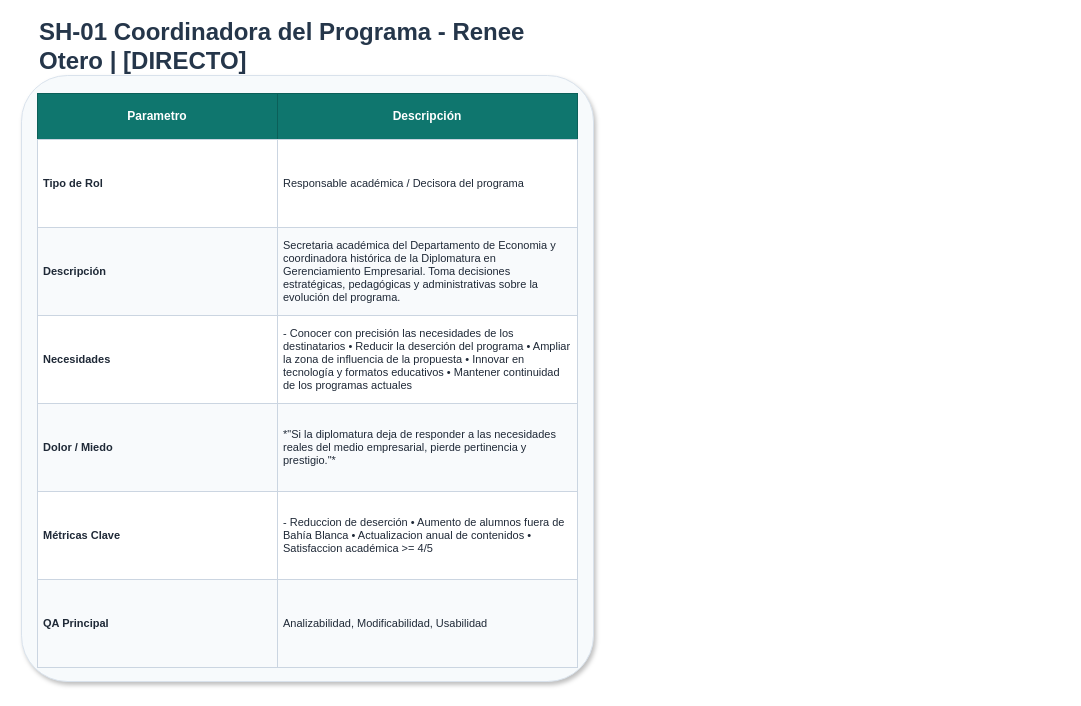
Jsue46/exposicionayd keeps this draw.io diagram as page "SH-01 Coordinadora del Programa - Renee Otero | [DIRECTO]" (1 of 14) of diagramas/tablas/Tablas_Stakeholders_BLearning.drawio. Above is the earlier version. Source tidied: cells renumbered, new cells numbered last; positions are measured from the earlier drawing's top-left corner, leaving out a move shared by most shapes. Both pictures are drawn from the tidied source at 100%, with x=0, y=0 at pixel (21, 25).
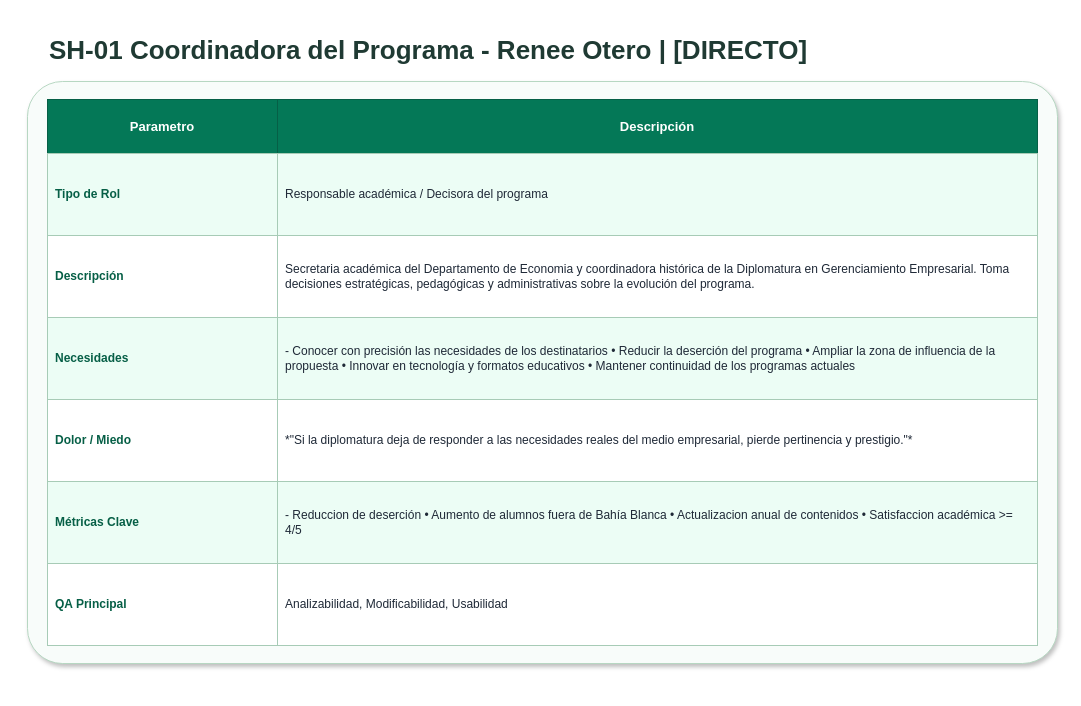
After the change.

Diff of the diagram source:
```diff
@@
 <mxGraphModel>
   <root>
     <mxCell id="0" />
     <mxCell id="1" parent="0" />
-    <mxCell id="2" value="SH-01 Coordinadora del Programa - Renee Otero | [DIRECTO]" style="text;html=1;strokeColor=none;fillColor=none;align=left;verticalAlign=middle;whiteSpace=wrap;rounded=0;fontSize=24;fontStyle=1;fontColor=#25364A;" parent="1" vertex="1">
-      <mxGeometry x="16" width="540" height="42" as="geometry" />
+    <mxCell id="2" value="SH-01 Coordinadora del Programa - Renee Otero | [DIRECTO]" style="text;html=1;strokeColor=none;fillColor=none;align=left;verticalAlign=middle;whiteSpace=wrap;rounded=0;fontSize=26;fontStyle=1;fontColor=#1F3A33;" parent="1" vertex="1">
+      <mxGeometry x="26" y="2" width="990" height="46" as="geometry" />
     </mxCell>
-    <mxCell id="3" style="rounded=1;whiteSpace=wrap;html=1;fillColor=#F7FAFC;strokeColor=#D9E2EC;arcSize=8;shadow=1;" parent="1" vertex="1">
-      <mxGeometry y="50" width="572" height="606" as="geometry" />
+    <mxCell id="3" style="rounded=1;whiteSpace=wrap;html=1;fillColor=#F8FCFA;strokeColor=#B7D7C2;arcSize=6;shadow=1;" parent="1" vertex="1">
+      <mxGeometry x="6" y="56" width="1030" height="582" as="geometry" />
     </mxCell>
-    <mxCell id="4" value="Parametro" style="rounded=0;whiteSpace=wrap;html=1;fillColor=#0F766E;strokeColor=#0B5F59;fontColor=#FFFFFF;fontStyle=1;align=center;verticalAlign=middle;fontSize=12;spacing=6;" parent="1" vertex="1">
-      <mxGeometry x="16" y="68" width="240" height="46" as="geometry" />
+    <mxCell id="4" value="Parametro" style="rounded=0;whiteSpace=wrap;html=1;fillColor=#047857;strokeColor=#065F46;fontColor=#FFFFFF;fontStyle=1;align=center;verticalAlign=middle;fontSize=13;spacing=8;" parent="1" vertex="1">
+      <mxGeometry x="26" y="74" width="230" height="54" as="geometry" />
     </mxCell>
-    <mxCell id="5" value="Descripción" style="rounded=0;whiteSpace=wrap;html=1;fillColor=#0F766E;strokeColor=#0B5F59;fontColor=#FFFFFF;fontStyle=1;align=center;verticalAlign=middle;fontSize=12;spacing=6;" parent="1" vertex="1">
-      <mxGeometry x="256" y="68" width="300" height="46" as="geometry" />
+    <mxCell id="5" value="Descripción" style="rounded=0;whiteSpace=wrap;html=1;fillColor=#047857;strokeColor=#065F46;fontColor=#FFFFFF;fontStyle=1;align=center;verticalAlign=middle;fontSize=13;spacing=8;" parent="1" vertex="1">
+      <mxGeometry x="256" y="74" width="760" height="54" as="geometry" />
     </mxCell>
-    <mxCell id="6" value="Tipo de Rol" style="rounded=0;whiteSpace=wrap;html=1;fillColor=#FFFFFF;strokeColor=#CBD5E1;fontColor=#1F2937;fontStyle=1;align=left;verticalAlign=middle;fontSize=11;spacing=6;" parent="1" vertex="1">
-      <mxGeometry x="16" y="114" width="240" height="88" as="geometry" />
+    <mxCell id="6" value="Tipo de Rol" style="rounded=0;whiteSpace=wrap;html=1;fillColor=#ECFDF5;strokeColor=#A7CBB6;fontColor=#065F46;fontStyle=1;align=left;verticalAlign=middle;fontSize=12;spacing=8;" parent="1" vertex="1">
+      <mxGeometry x="26" y="128" width="230" height="82" as="geometry" />
     </mxCell>
-    <mxCell id="7" value="Responsable académica / Decisora del programa" style="rounded=0;whiteSpace=wrap;html=1;fillColor=#FFFFFF;strokeColor=#CBD5E1;fontColor=#1F2937;fontStyle=0;align=left;verticalAlign=middle;fontSize=11;spacing=6;" parent="1" vertex="1">
-      <mxGeometry x="256" y="114" width="300" height="88" as="geometry" />
+    <mxCell id="7" value="Responsable académica / Decisora del programa" style="rounded=0;whiteSpace=wrap;html=1;fillColor=#ECFDF5;strokeColor=#A7CBB6;fontColor=#1F2937;fontStyle=0;align=left;verticalAlign=middle;fontSize=12;spacing=8;" parent="1" vertex="1">
+      <mxGeometry x="256" y="128" width="760" height="82" as="geometry" />
     </mxCell>
-    <mxCell id="8" value="Descripción" style="rounded=0;whiteSpace=wrap;html=1;fillColor=#F8FAFC;strokeColor=#CBD5E1;fontColor=#1F2937;fontStyle=1;align=left;verticalAlign=middle;fontSize=11;spacing=6;" parent="1" vertex="1">
-      <mxGeometry x="16" y="202" width="240" height="88" as="geometry" />
+    <mxCell id="8" value="Descripción" style="rounded=0;whiteSpace=wrap;html=1;fillColor=#FFFFFF;strokeColor=#A7CBB6;fontColor=#065F46;fontStyle=1;align=left;verticalAlign=middle;fontSize=12;spacing=8;" parent="1" vertex="1">
+      <mxGeometry x="26" y="210" width="230" height="82" as="geometry" />
     </mxCell>
-    <mxCell id="9" value="Secretaria académica del Departamento de Economia y coordinadora histórica de la Diplomatura en Gerenciamiento Empresarial. Toma decisiones estratégicas, pedagógicas y administrativas sobre la evolución del programa." style="rounded=0;whiteSpace=wrap;html=1;fillColor=#F8FAFC;strokeColor=#CBD5E1;fontColor=#1F2937;fontStyle=0;align=left;verticalAlign=middle;fontSize=11;spacing=6;" parent="1" vertex="1">
-      <mxGeometry x="256" y="202" width="300" height="88" as="geometry" />
+    <mxCell id="9" value="Secretaria académica del Departamento de Economia y coordinadora histórica de la Diplomatura en Gerenciamiento Empresarial. Toma decisiones estratégicas, pedagógicas y administrativas sobre la evolución del programa." style="rounded=0;whiteSpace=wrap;html=1;fillColor=#FFFFFF;strokeColor=#A7CBB6;fontColor=#1F2937;fontStyle=0;align=left;verticalAlign=middle;fontSize=12;spacing=8;" parent="1" vertex="1">
+      <mxGeometry x="256" y="210" width="760" height="82" as="geometry" />
     </mxCell>
-    <mxCell id="10" value="Necesidades" style="rounded=0;whiteSpace=wrap;html=1;fillColor=#FFFFFF;strokeColor=#CBD5E1;fontColor=#1F2937;fontStyle=1;align=left;verticalAlign=middle;fontSize=11;spacing=6;" parent="1" vertex="1">
-      <mxGeometry x="16" y="290" width="240" height="88" as="geometry" />
+    <mxCell id="10" value="Necesidades" style="rounded=0;whiteSpace=wrap;html=1;fillColor=#ECFDF5;strokeColor=#A7CBB6;fontColor=#065F46;fontStyle=1;align=left;verticalAlign=middle;fontSize=12;spacing=8;" parent="1" vertex="1">
+      <mxGeometry x="26" y="292" width="230" height="82" as="geometry" />
     </mxCell>
-    <mxCell id="11" value="- Conocer con precisión las necesidades de los destinatarios • Reducir la deserción del programa • Ampliar la zona de influencia de la propuesta • Innovar en tecnología y formatos educativos • Mantener continuidad de los programas actuales" style="rounded=0;whiteSpace=wrap;html=1;fillColor=#FFFFFF;strokeColor=#CBD5E1;fontColor=#1F2937;fontStyle=0;align=left;verticalAlign=middle;fontSize=11;spacing=6;" parent="1" vertex="1">
-      <mxGeometry x="256" y="290" width="300" height="88" as="geometry" />
+    <mxCell id="11" value="- Conocer con precisión las necesidades de los destinatarios • Reducir la deserción del programa • Ampliar la zona de influencia de la propuesta • Innovar en tecnología y formatos educativos • Mantener continuidad de los programas actuales" style="rounded=0;whiteSpace=wrap;html=1;fillColor=#ECFDF5;strokeColor=#A7CBB6;fontColor=#1F2937;fontStyle=0;align=left;verticalAlign=middle;fontSize=12;spacing=8;" parent="1" vertex="1">
+      <mxGeometry x="256" y="292" width="760" height="82" as="geometry" />
     </mxCell>
-    <mxCell id="12" value="Dolor / Miedo" style="rounded=0;whiteSpace=wrap;html=1;fillColor=#F8FAFC;strokeColor=#CBD5E1;fontColor=#1F2937;fontStyle=1;align=left;verticalAlign=middle;fontSize=11;spacing=6;" parent="1" vertex="1">
-      <mxGeometry x="16" y="378" width="240" height="88" as="geometry" />
+    <mxCell id="12" value="Dolor / Miedo" style="rounded=0;whiteSpace=wrap;html=1;fillColor=#FFFFFF;strokeColor=#A7CBB6;fontColor=#065F46;fontStyle=1;align=left;verticalAlign=middle;fontSize=12;spacing=8;" parent="1" vertex="1">
+      <mxGeometry x="26" y="374" width="230" height="82" as="geometry" />
     </mxCell>
-    <mxCell id="13" value="*&quot;Si la diplomatura deja de responder a las necesidades reales del medio empresarial, pierde pertinencia y prestigio.&quot;*" style="rounded=0;whiteSpace=wrap;html=1;fillColor=#F8FAFC;strokeColor=#CBD5E1;fontColor=#1F2937;fontStyle=0;align=left;verticalAlign=middle;fontSize=11;spacing=6;" parent="1" vertex="1">
-      <mxGeometry x="256" y="378" width="300" height="88" as="geometry" />
+    <mxCell id="13" value="*&quot;Si la diplomatura deja de responder a las necesidades reales del medio empresarial, pierde pertinencia y prestigio.&quot;*" style="rounded=0;whiteSpace=wrap;html=1;fillColor=#FFFFFF;strokeColor=#A7CBB6;fontColor=#1F2937;fontStyle=0;align=left;verticalAlign=middle;fontSize=12;spacing=8;" parent="1" vertex="1">
+      <mxGeometry x="256" y="374" width="760" height="82" as="geometry" />
     </mxCell>
-    <mxCell id="14" value="Métricas Clave" style="rounded=0;whiteSpace=wrap;html=1;fillColor=#FFFFFF;strokeColor=#CBD5E1;fontColor=#1F2937;fontStyle=1;align=left;verticalAlign=middle;fontSize=11;spacing=6;" parent="1" vertex="1">
-      <mxGeometry x="16" y="466" width="240" height="88" as="geometry" />
+    <mxCell id="14" value="Métricas Clave" style="rounded=0;whiteSpace=wrap;html=1;fillColor=#ECFDF5;strokeColor=#A7CBB6;fontColor=#065F46;fontStyle=1;align=left;verticalAlign=middle;fontSize=12;spacing=8;" parent="1" vertex="1">
+      <mxGeometry x="26" y="456" width="230" height="82" as="geometry" />
     </mxCell>
-    <mxCell id="15" value="- Reduccion de deserción • Aumento de alumnos fuera de Bahía Blanca • Actualizacion anual de contenidos • Satisfaccion académica &gt;= 4/5" style="rounded=0;whiteSpace=wrap;html=1;fillColor=#FFFFFF;strokeColor=#CBD5E1;fontColor=#1F2937;fontStyle=0;align=left;verticalAlign=middle;fontSize=11;spacing=6;" parent="1" vertex="1">
-      <mxGeometry x="256" y="466" width="300" height="88" as="geometry" />
+    <mxCell id="15" value="- Reduccion de deserción • Aumento de alumnos fuera de Bahía Blanca • Actualizacion anual de contenidos • Satisfaccion académica &gt;= 4/5" style="rounded=0;whiteSpace=wrap;html=1;fillColor=#ECFDF5;strokeColor=#A7CBB6;fontColor=#1F2937;fontStyle=0;align=left;verticalAlign=middle;fontSize=12;spacing=8;" parent="1" vertex="1">
+      <mxGeometry x="256" y="456" width="760" height="82" as="geometry" />
     </mxCell>
-    <mxCell id="16" value="QA Principal" style="rounded=0;whiteSpace=wrap;html=1;fillColor=#F8FAFC;strokeColor=#CBD5E1;fontColor=#1F2937;fontStyle=1;align=left;verticalAlign=middle;fontSize=11;spacing=6;" parent="1" vertex="1">
-      <mxGeometry x="16" y="554" width="240" height="88" as="geometry" />
+    <mxCell id="16" value="QA Principal" style="rounded=0;whiteSpace=wrap;html=1;fillColor=#FFFFFF;strokeColor=#A7CBB6;fontColor=#065F46;fontStyle=1;align=left;verticalAlign=middle;fontSize=12;spacing=8;" parent="1" vertex="1">
+      <mxGeometry x="26" y="538" width="230" height="82" as="geometry" />
     </mxCell>
-    <mxCell id="17" value="Analizabilidad, Modificabilidad, Usabilidad" style="rounded=0;whiteSpace=wrap;html=1;fillColor=#F8FAFC;strokeColor=#CBD5E1;fontColor=#1F2937;fontStyle=0;align=left;verticalAlign=middle;fontSize=11;spacing=6;" parent="1" vertex="1">
-      <mxGeometry x="256" y="554" width="300" height="88" as="geometry" />
+    <mxCell id="17" value="Analizabilidad, Modificabilidad, Usabilidad" style="rounded=0;whiteSpace=wrap;html=1;fillColor=#FFFFFF;strokeColor=#A7CBB6;fontColor=#1F2937;fontStyle=0;align=left;verticalAlign=middle;fontSize=12;spacing=8;" parent="1" vertex="1">
+      <mxGeometry x="256" y="538" width="760" height="82" as="geometry" />
     </mxCell>
   </root>
 </mxGraphModel>
```
